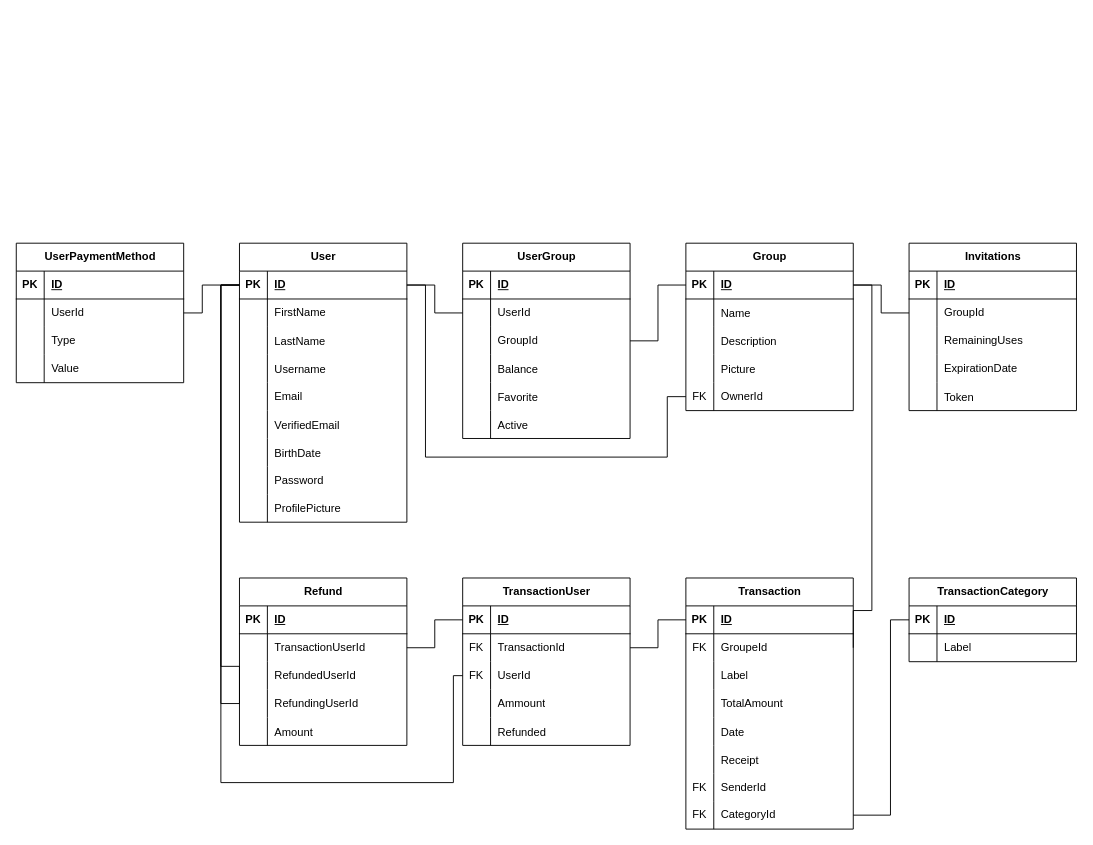
This is Other/Diagramme_BDD.drawio from Titan327/3PROJ, a draw.io file, before an edit. Source tidied: cells renumbered, new cells numbered last; positions are measured from the earlier drawing's top-left corner, leaving out a move shared by most shapes. Both pictures are drawn from the tidied source at 93%, with x=0, y=0 at pixel (16, 243).
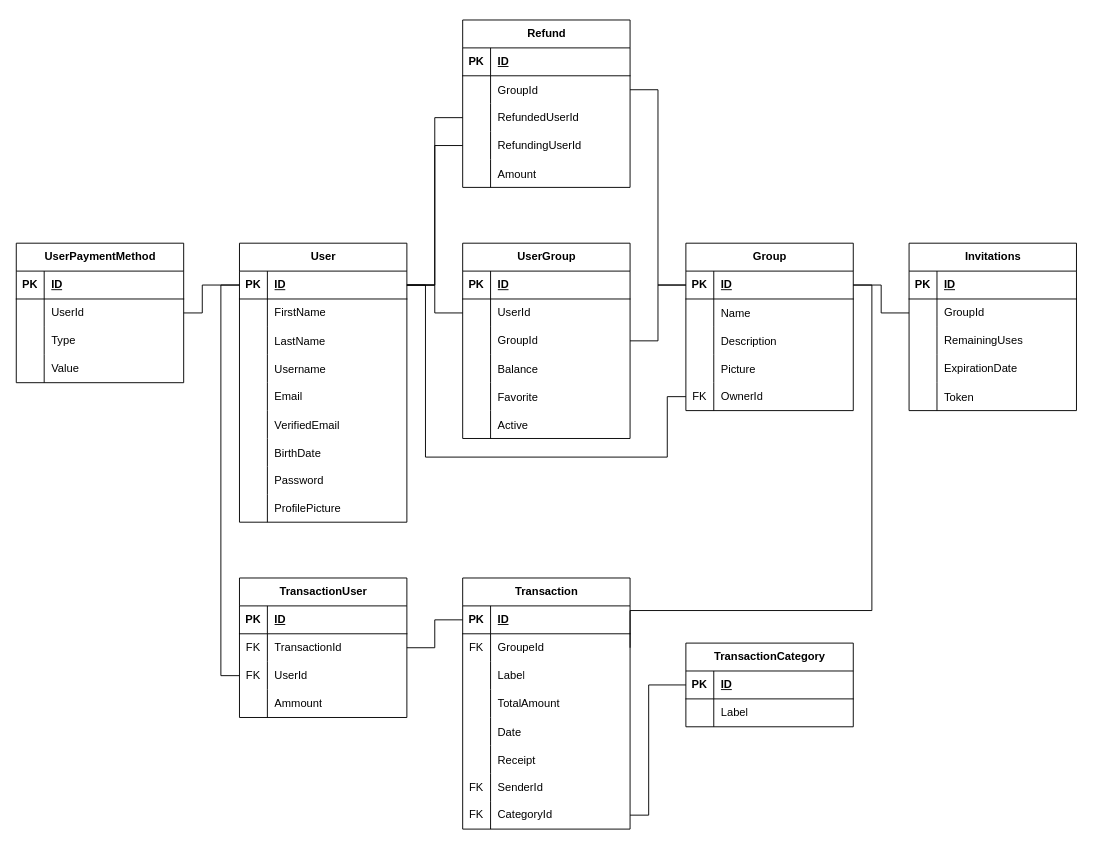
The same diagram, later.

Unchanged cells that the change refers to:
```xml
<mxCell id="3" style="shape=tableRow;horizontal=0;startSize=0;swimlaneHead=0;swimlaneBody=0;fillColor=none;points=[[0,0.5],[1,0.5]];portConstraint=eastwest;top=0;left=0;right=0;bottom=1;" parent="2" vertex="1">
  <mxGeometry y="30" width="180" height="30" as="geometry" />
</mxCell>
<mxCell id="31" style="shape=tableRow;horizontal=0;startSize=0;swimlaneHead=0;swimlaneBody=0;fillColor=none;points=[[0,0.5],[1,0.5]];portConstraint=eastwest;top=0;left=0;right=0;bottom=1;" parent="30" vertex="1">
  <mxGeometry y="30" width="180" height="30" as="geometry" />
</mxCell>
<mxCell id="68" style="shape=tableRow;horizontal=0;startSize=0;swimlaneHead=0;swimlaneBody=0;fillColor=none;points=[[0,0.5],[1,0.5]];portConstraint=eastwest;top=0;left=0;right=0;bottom=0;" parent="46" vertex="1">
  <mxGeometry y="240" width="180" height="30" as="geometry" />
</mxCell>
<mxCell id="72" style="shape=tableRow;horizontal=0;startSize=0;swimlaneHead=0;swimlaneBody=0;fillColor=none;points=[[0,0.5],[1,0.5]];portConstraint=eastwest;top=0;left=0;right=0;bottom=1;" parent="71" vertex="1">
  <mxGeometry y="30" width="180" height="30" as="geometry" />
</mxCell>
<mxCell id="102" style="shape=tableRow;horizontal=0;startSize=0;swimlaneHead=0;swimlaneBody=0;fillColor=none;points=[[0,0.5],[1,0.5]];portConstraint=eastwest;top=0;left=0;right=0;bottom=1;" parent="101" vertex="1">
  <mxGeometry y="30" width="180" height="30" as="geometry" />
</mxCell>
<mxCell id="108" style="shape=tableRow;horizontal=0;startSize=0;swimlaneHead=0;swimlaneBody=0;fillColor=none;points=[[0,0.5],[1,0.5]];portConstraint=eastwest;top=0;left=0;right=0;bottom=0;" parent="101" vertex="1">
  <mxGeometry y="90" width="180" height="30" as="geometry" />
</mxCell>
<mxCell id="155" style="shape=tableRow;horizontal=0;startSize=0;swimlaneHead=0;swimlaneBody=0;fillColor=none;points=[[0,0.5],[1,0.5]];portConstraint=eastwest;top=0;left=0;right=0;bottom=0;" parent="151" vertex="1">
  <mxGeometry y="60" width="180" height="30" as="geometry" />
</mxCell>
<mxCell id="158" style="shape=tableRow;horizontal=0;startSize=0;swimlaneHead=0;swimlaneBody=0;fillColor=none;points=[[0,0.5],[1,0.5]];portConstraint=eastwest;top=0;left=0;right=0;bottom=0;" parent="151" vertex="1">
  <mxGeometry y="90" width="180" height="30" as="geometry" />
</mxCell>
<mxCell id="161" style="shape=tableRow;horizontal=0;startSize=0;swimlaneHead=0;swimlaneBody=0;fillColor=none;points=[[0,0.5],[1,0.5]];portConstraint=eastwest;top=0;left=0;right=0;bottom=0;" parent="151" vertex="1">
  <mxGeometry y="120" width="180" height="30" as="geometry" />
</mxCell>
```

Diff of the diagram source:
```diff
@@
     <mxCell id="46" value="Transaction" style="shape=table;startSize=30;childLayout=tableLayout;rowLines=0;fontStyle=1;align=center;html=1;" parent="1" vertex="1">
-      <mxGeometry x="720" y="360" width="180" height="270" as="geometry" />
+      <mxGeometry x="480" y="360" width="180" height="270" as="geometry" />
     </mxCell>
@@
     <mxCell id="71" value="TransactionCategory" style="shape=table;startSize=30;childLayout=tableLayout;rowLines=0;fontStyle=1;align=center;html=1;" parent="1" vertex="1">
-      <mxGeometry x="960" y="360" width="180" height="90" as="geometry" />
+      <mxGeometry x="720" y="430" width="180" height="90" as="geometry" />
     </mxCell>
@@
     <mxCell id="99" style="endArrow=none;html=1;rounded=0;exitX=1;exitY=0.5;exitDx=0;exitDy=0;entryX=0;entryY=0.5;entryDx=0;entryDy=0;edgeStyle=orthogonalEdgeStyle;" parent="1" edge="1" source="68" target="72">
       <mxGeometry relative="1" as="geometry">
         <Array as="points">
-          <mxPoint x="940" y="615" />
-          <mxPoint x="940" y="405" />
+          <mxPoint x="680" y="615" />
+          <mxPoint x="680" y="475" />
         </Array>
       </mxGeometry>
     </mxCell>
@@
     <mxCell id="101" value="TransactionUser" style="shape=table;startSize=30;childLayout=tableLayout;rowLines=0;fontStyle=1;align=center;html=1;" parent="1" vertex="1">
-      <mxGeometry x="480" y="360" width="180" height="180" as="geometry" />
+      <mxGeometry x="240" y="360" width="180" height="150" as="geometry" />
     </mxCell>
@@
-    <mxCell id="114" style="shape=tableRow;horizontal=0;startSize=0;swimlaneHead=0;swimlaneBody=0;fillColor=none;top=0;left=0;right=0;bottom=0;" parent="101" vertex="1">
-      <mxGeometry y="150" width="180" height="30" as="geometry" />
-    </mxCell>
-    <mxCell id="115" style="shape=partialRectangle;fillColor=none;top=0;left=0;bottom=0;right=0;overflow=hidden;" parent="114" vertex="1">
-      <mxGeometry width="30" height="30" as="geometry" />
-    </mxCell>
-    <mxCell id="116" value="Refunded" style="shape=partialRectangle;fillColor=none;top=0;left=0;bottom=0;right=0;align=left;spacingLeft=6;overflow=hidden;" parent="114" vertex="1">
-      <mxGeometry x="30" width="150" height="30" as="geometry" />
-    </mxCell>
@@
     <mxCell id="118" style="endArrow=none;html=1;rounded=0;entryX=0;entryY=0.5;entryDx=0;entryDy=0;edgeStyle=orthogonalEdgeStyle;exitX=0;exitY=0.5;exitDx=0;exitDy=0;" parent="1" edge="1" source="3" target="108">
       <mxGeometry relative="1" as="geometry">
         <Array as="points">
           <mxPoint x="220" y="45" />
-          <mxPoint x="220" y="580" />
-          <mxPoint x="470" y="580" />
-          <mxPoint x="470" y="465" />
+          <mxPoint x="220" y="465" />
         </Array>
       </mxGeometry>
     </mxCell>
@@
     <mxCell id="151" value="&lt;pre&gt;&lt;span style=&quot;font-family: Helvetica; white-space-collapse: collapse;&quot;&gt;Refund&lt;/span&gt;&lt;br&gt;&lt;/pre&gt;" style="shape=table;startSize=30;childLayout=tableLayout;rowLines=0;fontStyle=1;align=center;html=1;" parent="1" vertex="1">
-      <mxGeometry x="240" y="360" width="180" height="180" as="geometry" />
+      <mxGeometry x="480" y="-240" width="180" height="180" as="geometry" />
     </mxCell>
@@
-    <mxCell id="156" style="shape=partialRectangle;fillColor=none;top=0;left=0;bottom=0;right=0;overflow=hidden;whiteSpace=wrap;html=1;" parent="155" vertex="1">
-      <mxGeometry width="30" height="30" as="geometry" />
-    </mxCell>
-    <mxCell id="157" value="TransactionUserId" style="shape=partialRectangle;fillColor=none;top=0;left=0;bottom=0;right=0;align=left;spacingLeft=6;overflow=hidden;whiteSpace=wrap;html=1;" parent="155" vertex="1">
-      <mxGeometry x="30" width="150" height="30" as="geometry" />
-    </mxCell>
+    <mxCell id="115" style="shape=partialRectangle;fillColor=none;top=0;left=0;bottom=0;right=0;overflow=hidden;" parent="155" vertex="1">
+      <mxGeometry width="30" height="30" as="geometry" />
+    </mxCell>
+    <mxCell id="170" value="GroupId" style="shape=partialRectangle;fillColor=none;top=0;left=0;bottom=0;right=0;align=left;spacingLeft=6;overflow=hidden;" parent="155" vertex="1">
+      <mxGeometry x="30" width="150" height="30" as="geometry" />
+    </mxCell>
@@
-    <mxCell id="167" style="endArrow=none;html=1;rounded=0;entryX=0;entryY=0.5;entryDx=0;entryDy=0;exitX=1;exitY=0.5;exitDx=0;exitDy=0;edgeStyle=orthogonalEdgeStyle;" parent="1" edge="1" source="155" target="102">
-      <mxGeometry relative="1" as="geometry">
-        <Array as="points">
-          <mxPoint x="450" y="435" />
-          <mxPoint x="450" y="405" />
-        </Array>
-      </mxGeometry>
-    </mxCell>
-    <mxCell id="168" style="endArrow=none;html=1;rounded=0;entryX=0;entryY=0.5;entryDx=0;entryDy=0;edgeStyle=orthogonalEdgeStyle;exitX=0;exitY=0.5;exitDx=0;exitDy=0;" parent="1" edge="1" source="161" target="3">
-      <mxGeometry relative="1" as="geometry">
-        <Array as="points">
-          <mxPoint x="220" y="495" />
-          <mxPoint x="220" y="45" />
-        </Array>
-      </mxGeometry>
-    </mxCell>
-    <mxCell id="169" style="endArrow=none;html=1;rounded=0;entryX=0;entryY=0.5;entryDx=0;entryDy=0;exitX=0;exitY=0.5;exitDx=0;exitDy=0;edgeStyle=orthogonalEdgeStyle;" parent="1" edge="1" source="161" target="3">
-      <mxGeometry relative="1" as="geometry">
-        <Array as="points">
-          <mxPoint x="220" y="455" />
-          <mxPoint x="220" y="45" />
-        </Array>
-      </mxGeometry>
-    </mxCell>
+    <mxCell id="171" style="endArrow=none;html=1;rounded=0;entryX=0;entryY=0.5;entryDx=0;entryDy=0;exitX=1;exitY=0.5;exitDx=0;exitDy=0;edgeStyle=orthogonalEdgeStyle;" parent="1" edge="1" source="3" target="158">
+      <mxGeometry relative="1" as="geometry" />
+    </mxCell>
+    <mxCell id="172" style="endArrow=none;html=1;rounded=0;entryX=0;entryY=0.5;entryDx=0;entryDy=0;exitX=1;exitY=0.5;exitDx=0;exitDy=0;edgeStyle=orthogonalEdgeStyle;" parent="1" edge="1" source="3" target="161">
+      <mxGeometry relative="1" as="geometry" />
+    </mxCell>
+    <mxCell id="173" style="endArrow=none;html=1;rounded=0;exitX=1;exitY=0.5;exitDx=0;exitDy=0;entryX=0;entryY=0.5;entryDx=0;entryDy=0;edgeStyle=orthogonalEdgeStyle;" parent="1" edge="1" source="155" target="31">
+      <mxGeometry relative="1" as="geometry" />
+    </mxCell>
```
